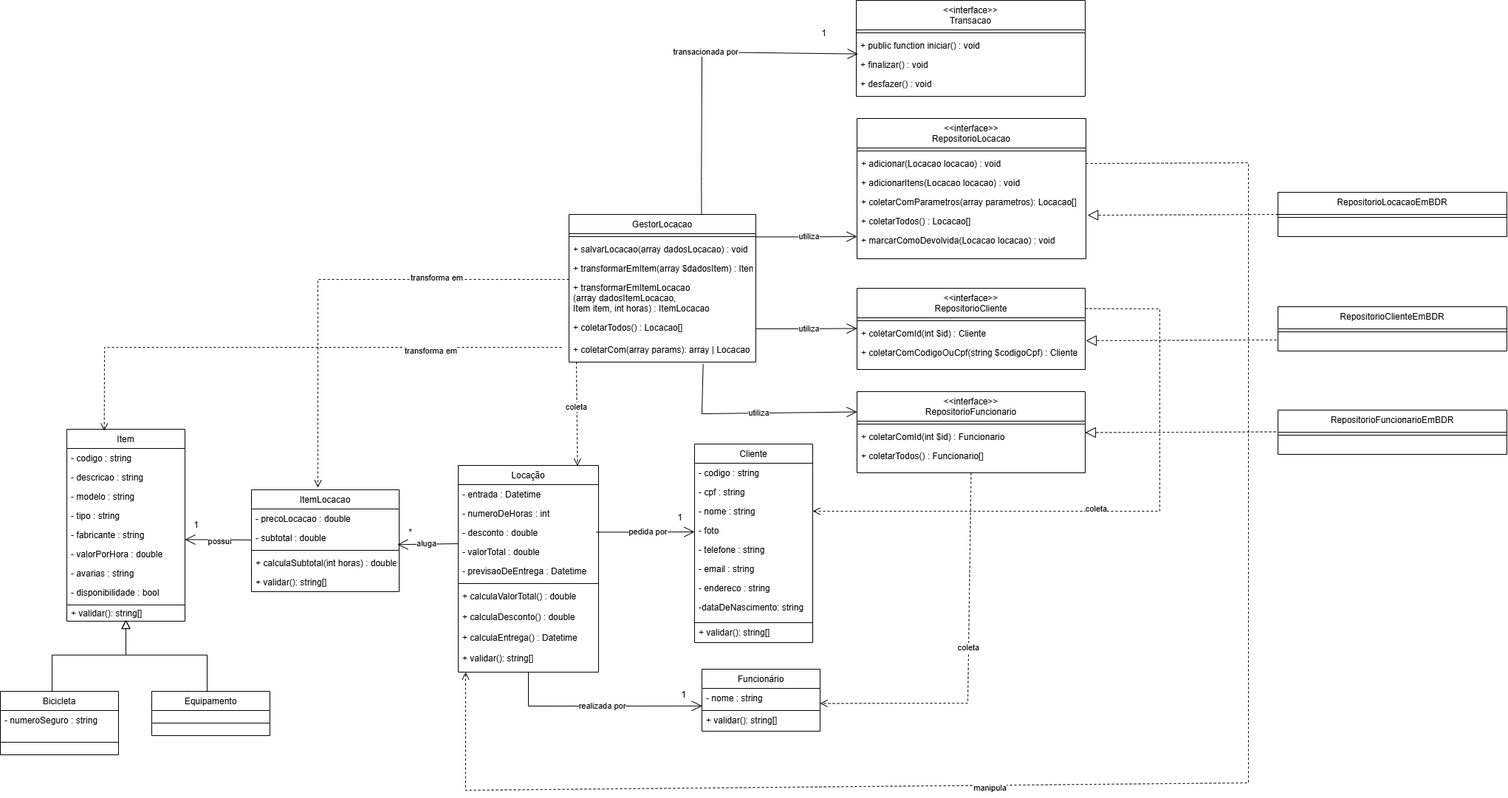
27Vini/rent-a-bike keeps this draw.io diagram as doc/DiagramaParcial.drawio.png. Above is the earlier version. Source tidied: cells renumbered, new cells last; positions are measured from the earlier drawing's top-left corner, leaving out a move shared by most shapes.
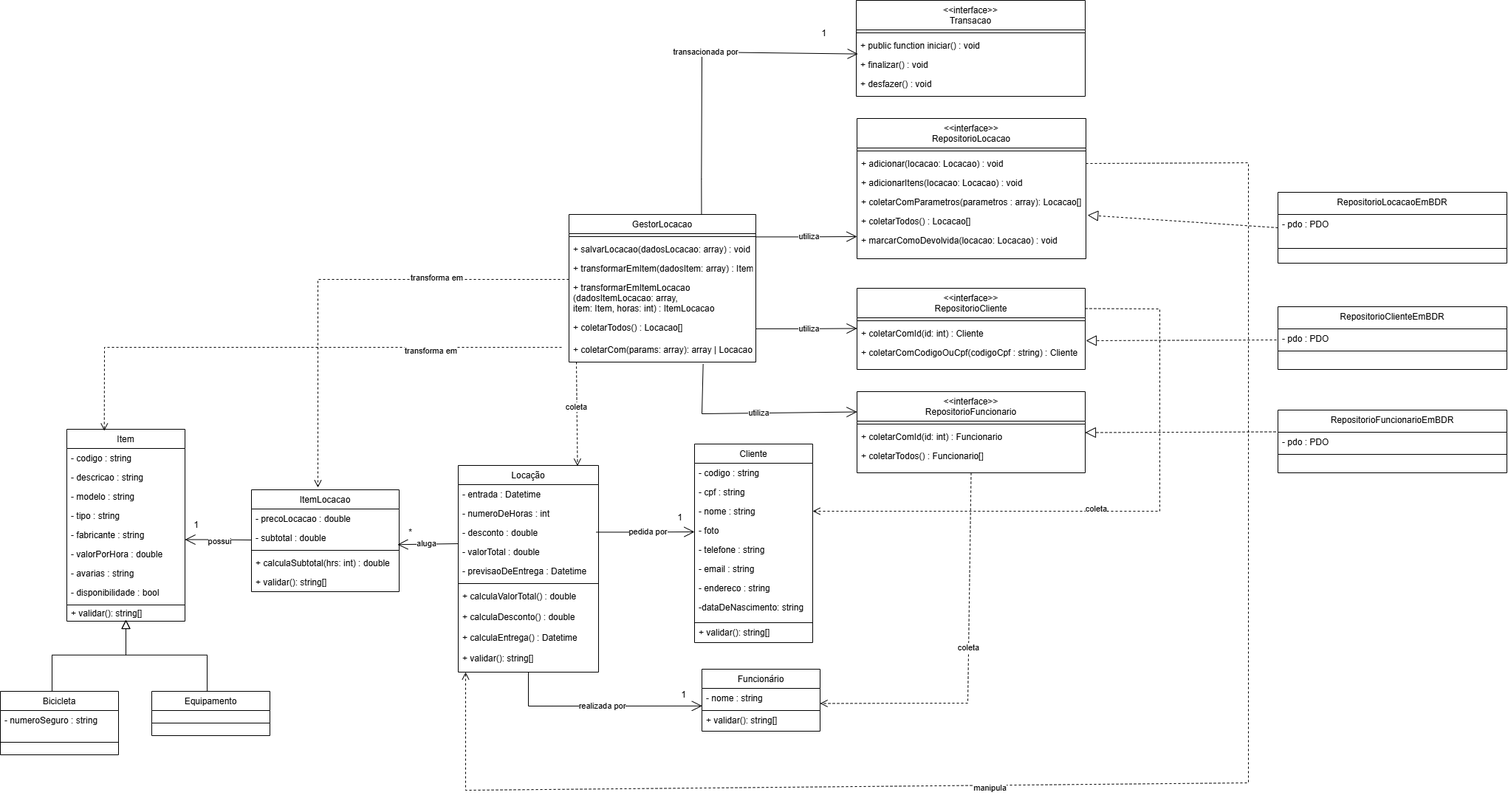
Later version of the same file.

Commit message:
Ajusta diagrama parcial para que parâmetros de funções tenham primeiro o nome depois o tipo

The edit, as a diff of the source:
```diff
@@ -173,7 +173,7 @@
     <mxCell id="51" style="line;html=1;strokeWidth=1;align=left;verticalAlign=middle;spacingTop=-1;spacingLeft=3;spacingRight=3;labelPosition=right;" parent="48" vertex="1">
       <mxGeometry y="78" width="200" height="8" as="geometry" />
     </mxCell>
-    <mxCell id="52" value="+ calculaSubtotal(int horas) : double" style="text;align=left;verticalAlign=top;spacingLeft=4;spacingRight=4;overflow=hidden;rounded=0;shadow=0;html=0;" parent="48" vertex="1">
+    <mxCell id="52" value="+ calculaSubtotal(hrs: int) : double" style="text;align=left;verticalAlign=top;spacingLeft=4;spacingRight=4;overflow=hidden;rounded=0;shadow=0;html=0;" parent="48" vertex="1">
       <mxGeometry y="86" width="200" height="26" as="geometry" />
     </mxCell>
     <mxCell id="53" value="+ validar(): string[]" style="text;align=left;verticalAlign=top;spacingLeft=4;spacingRight=4;overflow=hidden;rounded=0;shadow=0;html=0;" parent="48" vertex="1">
@@ -203,19 +203,19 @@
     <mxCell id="59" style="line;html=1;strokeWidth=1;align=left;verticalAlign=middle;spacingTop=-1;spacingLeft=3;spacingRight=3;labelPosition=right;" parent="58" vertex="1">
       <mxGeometry y="26" width="253" height="8" as="geometry" />
     </mxCell>
-    <mxCell id="60" value="+ salvarLocacao(array dadosLocacao) : void" style="text;align=left;verticalAlign=top;spacingLeft=4;spacingRight=4;overflow=hidden;rounded=0;shadow=0;html=0;" parent="58" vertex="1">
+    <mxCell id="60" value="+ salvarLocacao(dadosLocacao: array) : void" style="text;align=left;verticalAlign=top;spacingLeft=4;spacingRight=4;overflow=hidden;rounded=0;shadow=0;html=0;" parent="58" vertex="1">
       <mxGeometry y="34" width="253" height="26" as="geometry" />
     </mxCell>
-    <mxCell id="61" value="+ transformarEmItem(array $dadosItem) : Item" style="text;align=left;verticalAlign=top;spacingLeft=4;spacingRight=4;overflow=hidden;rounded=0;shadow=0;html=0;" parent="58" vertex="1">
+    <mxCell id="61" value="+ transformarEmItem(dadosItem: array) : Item" style="text;align=left;verticalAlign=top;spacingLeft=4;spacingRight=4;overflow=hidden;rounded=0;shadow=0;html=0;" parent="58" vertex="1">
       <mxGeometry y="60" width="253" height="26" as="geometry" />
     </mxCell>
-    <mxCell id="62" value="+ transformarEmItemLocacao&#10;(array dadosItemLocacao, &#10;Item item, int horas) : ItemLocacao" style="text;align=left;verticalAlign=top;spacingLeft=4;spacingRight=4;overflow=hidden;rounded=0;shadow=0;html=0;" parent="58" vertex="1">
+    <mxCell id="62" value="+ transformarEmItemLocacao&#10;(dadosItemLocacao: array, &#10;item: Item, horas: int) : ItemLocacao" style="text;align=left;verticalAlign=top;spacingLeft=4;spacingRight=4;overflow=hidden;rounded=0;shadow=0;html=0;" parent="58" vertex="1">
       <mxGeometry y="86" width="253" height="54" as="geometry" />
     </mxCell>
     <mxCell id="63" value="+ coletarTodos() : Locacao[]" style="text;align=left;verticalAlign=top;spacingLeft=4;spacingRight=4;overflow=hidden;rounded=0;shadow=0;html=0;" parent="58" vertex="1">
       <mxGeometry y="140" width="253" height="30" as="geometry" />
     </mxCell>
-    <mxCell id="64" value="+ coletarCom(array params): array | Locacao" style="text;align=left;verticalAlign=top;spacingLeft=4;spacingRight=4;overflow=hidden;points=[[0,0.5],[1,0.5]];portConstraint=eastwest;rounded=0;shadow=0;html=0;" parent="58" vertex="1">
+    <mxCell id="64" value="+ coletarCom(params: array): array | Locacao" style="text;align=left;verticalAlign=top;spacingLeft=4;spacingRight=4;overflow=hidden;points=[[0,0.5],[1,0.5]];portConstraint=eastwest;rounded=0;shadow=0;html=0;" parent="58" vertex="1">
       <mxGeometry y="170" width="253" height="30" as="geometry" />
     </mxCell>
     <mxCell id="65" value="&lt;&lt;interface&gt;&gt;&#10;RepositorioLocacao" style="swimlane;fontStyle=0;align=center;verticalAlign=top;horizontal=1;startSize=40;rounded=0;shadow=0;strokeWidth=1;" parent="1" vertex="1">
@@ -224,19 +224,19 @@
     <mxCell id="66" style="line;html=1;strokeWidth=1;align=left;verticalAlign=middle;spacingTop=-1;spacingLeft=3;spacingRight=3;labelPosition=right;" parent="65" vertex="1">
       <mxGeometry y="40" width="310" height="8" as="geometry" />
     </mxCell>
-    <mxCell id="67" value="+ adicionar(Locacao locacao) : void" style="text;align=left;verticalAlign=top;spacingLeft=4;spacingRight=4;overflow=hidden;points=[[0,0.5],[1,0.5]];portConstraint=eastwest;rounded=0;shadow=0;html=0;" parent="65" vertex="1">
+    <mxCell id="67" value="+ adicionar(locacao: Locacao) : void" style="text;align=left;verticalAlign=top;spacingLeft=4;spacingRight=4;overflow=hidden;points=[[0,0.5],[1,0.5]];portConstraint=eastwest;rounded=0;shadow=0;html=0;" parent="65" vertex="1">
       <mxGeometry y="48" width="310" height="26" as="geometry" />
     </mxCell>
-    <mxCell id="68" value="+ adicionarItens(Locacao locacao) : void" style="text;align=left;verticalAlign=top;spacingLeft=4;spacingRight=4;overflow=hidden;rounded=0;shadow=0;html=0;" parent="65" vertex="1">
+    <mxCell id="68" value="+ adicionarItens(locacao: Locacao) : void" style="text;align=left;verticalAlign=top;spacingLeft=4;spacingRight=4;overflow=hidden;rounded=0;shadow=0;html=0;" parent="65" vertex="1">
       <mxGeometry y="74" width="310" height="26" as="geometry" />
     </mxCell>
-    <mxCell id="69" value="+ coletarComParametros(array parametros): Locacao[]" style="text;align=left;verticalAlign=top;spacingLeft=4;spacingRight=4;overflow=hidden;rounded=0;shadow=0;html=0;" parent="65" vertex="1">
+    <mxCell id="69" value="+ coletarComParametros(parametros : array): Locacao[]" style="text;align=left;verticalAlign=top;spacingLeft=4;spacingRight=4;overflow=hidden;rounded=0;shadow=0;html=0;" parent="65" vertex="1">
       <mxGeometry y="100" width="310" height="26" as="geometry" />
     </mxCell>
     <mxCell id="70" value="+ coletarTodos() : Locacao[]" style="text;align=left;verticalAlign=top;spacingLeft=4;spacingRight=4;overflow=hidden;points=[[0,0.5],[1,0.5]];portConstraint=eastwest;rounded=0;shadow=0;html=0;" parent="65" vertex="1">
       <mxGeometry y="126" width="310" height="26" as="geometry" />
     </mxCell>
-    <mxCell id="71" value="+ marcarComoDevolvida(Locacao locacao) : void" style="text;align=left;verticalAlign=top;spacingLeft=4;spacingRight=4;overflow=hidden;rounded=0;shadow=0;html=0;" parent="65" vertex="1">
+    <mxCell id="71" value="+ marcarComoDevolvida(locacao: Locacao) : void" style="text;align=left;verticalAlign=top;spacingLeft=4;spacingRight=4;overflow=hidden;rounded=0;shadow=0;html=0;" parent="65" vertex="1">
       <mxGeometry y="152" width="310" height="26" as="geometry" />
     </mxCell>
     <mxCell id="72" value="&lt;&lt;interface&gt;&gt;&#10;RepositorioCliente" style="swimlane;fontStyle=0;align=center;verticalAlign=top;horizontal=1;startSize=40;rounded=0;shadow=0;strokeWidth=1;" parent="1" vertex="1">
@@ -245,10 +245,10 @@
     <mxCell id="73" style="line;html=1;strokeWidth=1;align=left;verticalAlign=middle;spacingTop=-1;spacingLeft=3;spacingRight=3;labelPosition=right;" parent="72" vertex="1">
       <mxGeometry y="40" width="309" height="8" as="geometry" />
     </mxCell>
-    <mxCell id="74" value="+ coletarComId(int $id) : Cliente" style="text;align=left;verticalAlign=top;spacingLeft=4;spacingRight=4;overflow=hidden;rounded=0;shadow=0;html=0;" parent="72" vertex="1">
+    <mxCell id="74" value="+ coletarComId(id: int) : Cliente" style="text;align=left;verticalAlign=top;spacingLeft=4;spacingRight=4;overflow=hidden;rounded=0;shadow=0;html=0;" parent="72" vertex="1">
       <mxGeometry y="48" width="309" height="26" as="geometry" />
     </mxCell>
-    <mxCell id="75" value="+ coletarComCodigoOuCpf(string $codigoCpf) : Cliente" style="text;align=left;verticalAlign=top;spacingLeft=4;spacingRight=4;overflow=hidden;rounded=0;shadow=0;html=0;" parent="72" vertex="1">
+    <mxCell id="75" value="+ coletarComCodigoOuCpf(codigoCpf : string) : Cliente" style="text;align=left;verticalAlign=top;spacingLeft=4;spacingRight=4;overflow=hidden;rounded=0;shadow=0;html=0;" parent="72" vertex="1">
       <mxGeometry y="74" width="309" height="26" as="geometry" />
     </mxCell>
     <mxCell id="76" value="&lt;&lt;interface&gt;&gt;&#10;RepositorioFuncionario" style="swimlane;fontStyle=0;align=center;verticalAlign=top;horizontal=1;startSize=40;rounded=0;shadow=0;strokeWidth=1;" parent="1" vertex="1">
@@ -257,7 +257,7 @@
     <mxCell id="77" style="line;html=1;strokeWidth=1;align=left;verticalAlign=middle;spacingTop=-1;spacingLeft=3;spacingRight=3;labelPosition=right;" parent="76" vertex="1">
       <mxGeometry y="40" width="309" height="8" as="geometry" />
     </mxCell>
-    <mxCell id="78" value="+ coletarComId(int $id) : Funcionario" style="text;align=left;verticalAlign=top;spacingLeft=4;spacingRight=4;overflow=hidden;rounded=0;shadow=0;html=0;" parent="76" vertex="1">
+    <mxCell id="78" value="+ coletarComId(id: int) : Funcionario" style="text;align=left;verticalAlign=top;spacingLeft=4;spacingRight=4;overflow=hidden;rounded=0;shadow=0;html=0;" parent="76" vertex="1">
       <mxGeometry y="48" width="309" height="26" as="geometry" />
     </mxCell>
     <mxCell id="79" value="+ coletarTodos() : Funcionario[]" style="text;align=left;verticalAlign=top;spacingLeft=4;spacingRight=4;overflow=hidden;rounded=0;shadow=0;html=0;" parent="76" vertex="1">
@@ -394,19 +394,25 @@
       <mxGeometry x="-0.14" y="-2" relative="1" as="geometry" />
     </mxCell>
     <mxCell id="106" value="RepositorioLocacaoEmBDR" style="swimlane;fontStyle=0;align=center;verticalAlign=top;horizontal=1;startSize=30;rounded=0;shadow=0;strokeWidth=1;" parent="1" vertex="1">
-      <mxGeometry x="1730" y="260" width="310" height="60" as="geometry" />
+      <mxGeometry x="1730" y="260" width="310" height="96" as="geometry" />
     </mxCell>
+    <mxCell id="118" value="- pdo : PDO" style="text;align=left;verticalAlign=top;spacingLeft=4;spacingRight=4;overflow=hidden;rounded=0;shadow=0;html=0;" parent="106" vertex="1">
+      <mxGeometry y="30" width="310" height="26" as="geometry" />
+    </mxCell>
     <mxCell id="107" style="line;html=1;strokeWidth=1;align=left;verticalAlign=middle;spacingTop=-1;spacingLeft=3;spacingRight=3;labelPosition=right;" parent="106" vertex="1">
-      <mxGeometry y="30" width="310" height="8" as="geometry" />
+      <mxGeometry y="56" width="310" height="40" as="geometry" />
     </mxCell>
     <mxCell id="108" style="endArrow=block;dashed=1;endFill=0;endSize=12;html=1;rounded=0;entryX=1.007;entryY=0.192;entryDx=0;entryDy=0;entryPerimeter=0;exitX=0;exitY=0.5;exitDx=0;exitDy=0;" parent="1" edge="1" source="106" target="70">
       <mxGeometry relative="1" as="geometry" />
     </mxCell>
     <mxCell id="109" value="RepositorioClienteEmBDR" style="swimlane;fontStyle=0;align=center;verticalAlign=top;horizontal=1;startSize=30;rounded=0;shadow=0;strokeWidth=1;" parent="1" vertex="1">
-      <mxGeometry x="1730" y="415" width="310" height="60" as="geometry" />
+      <mxGeometry x="1730" y="415" width="310" height="85" as="geometry" />
     </mxCell>
+    <mxCell id="119" value="- pdo : PDO" style="text;align=left;verticalAlign=top;spacingLeft=4;spacingRight=4;overflow=hidden;rounded=0;shadow=0;html=0;" parent="109" vertex="1">
+      <mxGeometry y="30" width="310" height="26" as="geometry" />
+    </mxCell>
     <mxCell id="110" style="line;html=1;strokeWidth=1;align=left;verticalAlign=middle;spacingTop=-1;spacingLeft=3;spacingRight=3;labelPosition=right;" parent="109" vertex="1">
-      <mxGeometry y="30" width="310" height="8" as="geometry" />
+      <mxGeometry y="56" width="310" height="8" as="geometry" />
     </mxCell>
     <mxCell id="111" style="endArrow=block;dashed=1;endFill=0;endSize=12;html=1;rounded=0;entryX=1.007;entryY=0.192;entryDx=0;entryDy=0;entryPerimeter=0;exitX=0;exitY=0.5;exitDx=0;exitDy=0;" parent="1" edge="1">
       <mxGeometry relative="1" as="geometry">
@@ -415,10 +421,13 @@
       </mxGeometry>
     </mxCell>
     <mxCell id="112" value="RepositorioFuncionarioEmBDR" style="swimlane;fontStyle=0;align=center;verticalAlign=top;horizontal=1;startSize=30;rounded=0;shadow=0;strokeWidth=1;" parent="1" vertex="1">
-      <mxGeometry x="1730" y="555" width="310" height="60" as="geometry" />
+      <mxGeometry x="1730" y="555" width="310" height="85" as="geometry" />
     </mxCell>
+    <mxCell id="120" value="- pdo : PDO" style="text;align=left;verticalAlign=top;spacingLeft=4;spacingRight=4;overflow=hidden;rounded=0;shadow=0;html=0;" parent="112" vertex="1">
+      <mxGeometry y="30" width="310" height="26" as="geometry" />
+    </mxCell>
     <mxCell id="113" style="line;html=1;strokeWidth=1;align=left;verticalAlign=middle;spacingTop=-1;spacingLeft=3;spacingRight=3;labelPosition=right;" parent="112" vertex="1">
-      <mxGeometry y="30" width="310" height="8" as="geometry" />
+      <mxGeometry y="56" width="310" height="8" as="geometry" />
     </mxCell>
     <mxCell id="114" style="endArrow=block;dashed=1;endFill=0;endSize=12;html=1;rounded=0;entryX=1.007;entryY=0.192;entryDx=0;entryDy=0;entryPerimeter=0;exitX=0;exitY=0.5;exitDx=0;exitDy=0;" parent="1" edge="1">
       <mxGeometry relative="1" as="geometry">
```
